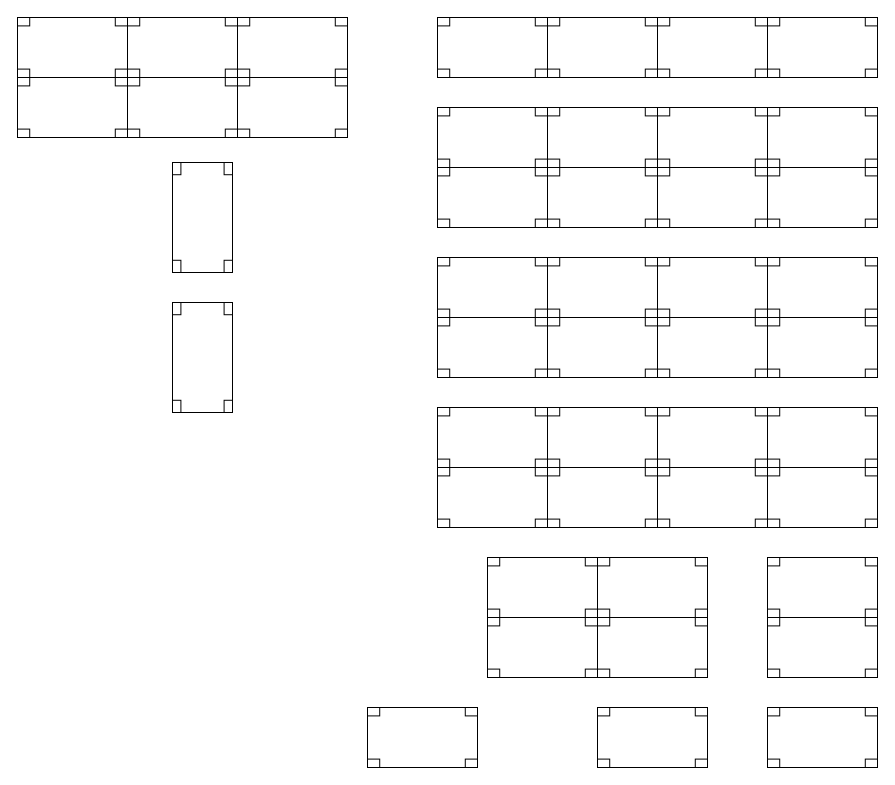
This is 109 PC layout.drawio from wthoww/learningCodes, a draw.io file, before an edit. Source tidied: cells renumbered, new cells numbered last; positions are measured from the earlier drawing's top-left corner, leaving out a move shared by most shapes. Both pictures are drawn from the tidied source at 100%, with x=0, y=0 at pixel (17, 17).
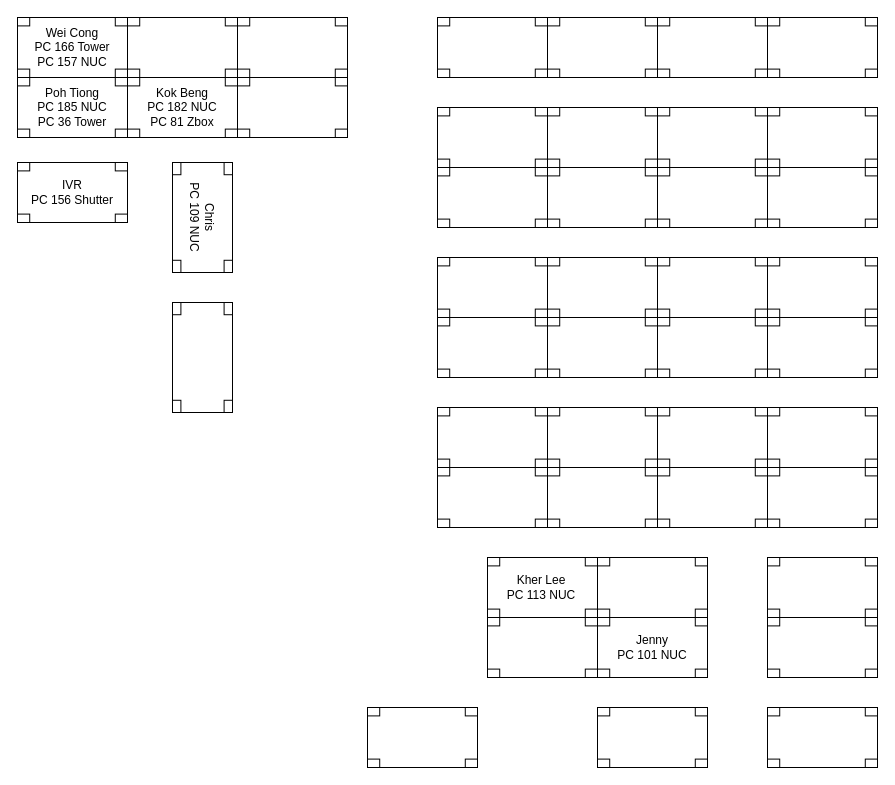
The same diagram, later.

Change to the diagram source:
```diff
@@
+    <mxCell id="47" value="Kher Lee&lt;br&gt;PC 113 NUC" style="text;html=1;strokeColor=none;fillColor=none;align=center;verticalAlign=middle;whiteSpace=wrap;rounded=0;" parent="1" vertex="1">
+      <mxGeometry x="469" y="550" width="110" height="40" as="geometry" />
+    </mxCell>
+    <mxCell id="48" value="Jenny&lt;br&gt;PC 101 NUC" style="text;html=1;strokeColor=none;fillColor=none;align=center;verticalAlign=middle;whiteSpace=wrap;rounded=0;" parent="1" vertex="1">
+      <mxGeometry x="580" y="610" width="110" height="40" as="geometry" />
+    </mxCell>
+    <mxCell id="49" value="Poh Tiong&lt;br&gt;PC 185 NUC&lt;br&gt;PC 36 Tower" style="text;html=1;strokeColor=none;fillColor=none;align=center;verticalAlign=middle;whiteSpace=wrap;rounded=0;" parent="1" vertex="1">
+      <mxGeometry y="65" width="110" height="50" as="geometry" />
+    </mxCell>
+    <mxCell id="50" value="Kok Beng&lt;br&gt;PC 182 NUC&lt;br&gt;PC 81 Zbox" style="text;html=1;strokeColor=none;fillColor=none;align=center;verticalAlign=middle;whiteSpace=wrap;rounded=0;" parent="1" vertex="1">
+      <mxGeometry x="110" y="65" width="110" height="50" as="geometry" />
+    </mxCell>
+    <mxCell id="51" value="Wei Cong&lt;br&gt;PC 166 Tower&lt;br&gt;PC 157 NUC" style="text;html=1;strokeColor=none;fillColor=none;align=center;verticalAlign=middle;whiteSpace=wrap;rounded=0;" parent="1" vertex="1">
+      <mxGeometry y="5" width="110" height="50" as="geometry" />
+    </mxCell>
+    <mxCell id="52" value="Chris&lt;br&gt;PC 109 NUC" style="text;html=1;strokeColor=none;fillColor=none;align=center;verticalAlign=middle;whiteSpace=wrap;rounded=0;rotation=90;" parent="1" vertex="1">
+      <mxGeometry x="130" y="175" width="110" height="50" as="geometry" />
+    </mxCell>
+    <mxCell id="53" style="verticalLabelPosition=bottom;html=1;verticalAlign=top;align=center;shape=mxgraph.floorplan.table;" parent="1" vertex="1">
+      <mxGeometry y="145" width="110" height="60" as="geometry" />
+    </mxCell>
+    <mxCell id="54" value="IVR&lt;br&gt;PC 156 Shutter" style="text;html=1;strokeColor=none;fillColor=none;align=center;verticalAlign=middle;whiteSpace=wrap;rounded=0;" parent="1" vertex="1">
+      <mxGeometry y="155" width="110" height="40" as="geometry" />
+    </mxCell>
```
